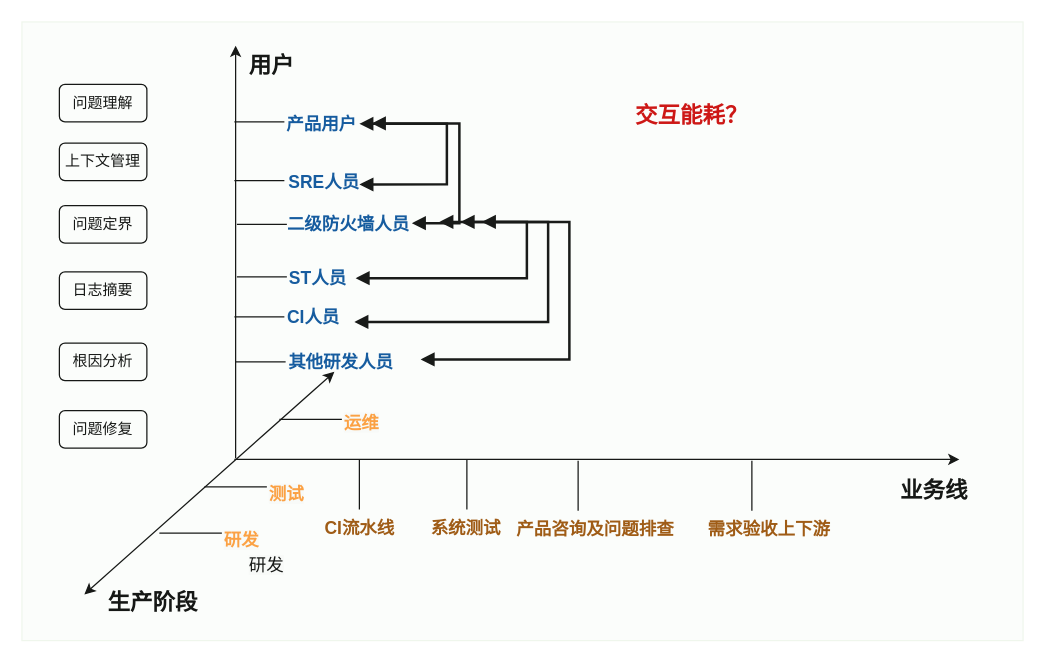
Before: page "第 2 页" (2 of 2) of AIOps.drawio in QianqianLu-Dev/Learning-Note, a draw.io diagram. Source tidied: cells renumbered, new cells numbered last; positions are measured from the earlier drawing's top-left corner, leaving out a move shared by most shapes. Both pictures are drawn from the tidied source at 125%, with x=0, y=0 at pixel (21, 21).
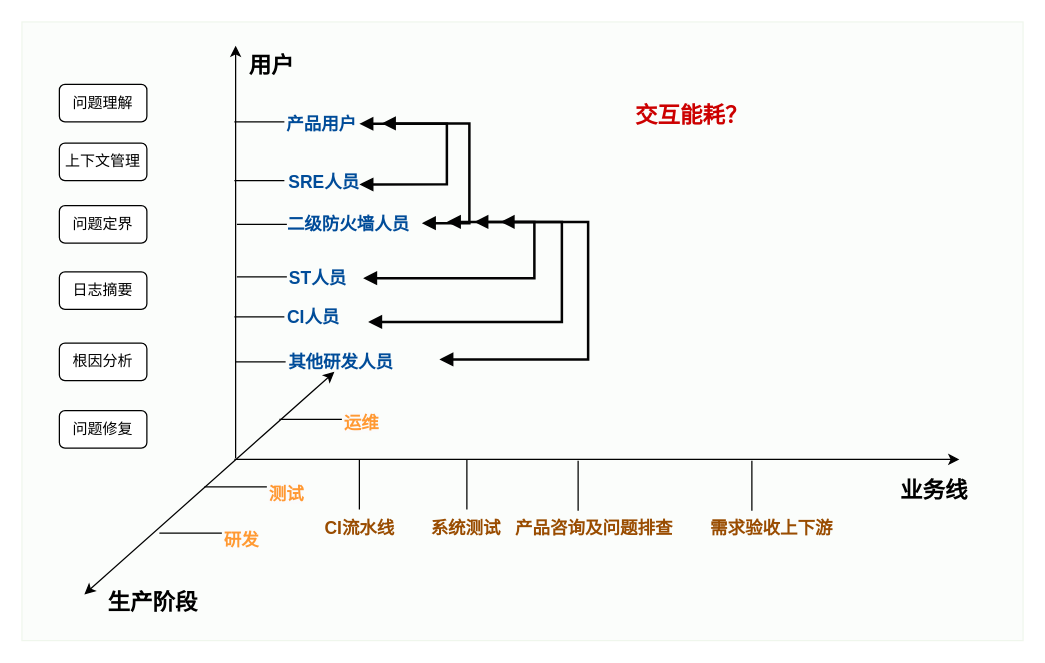
After the change.

Unchanged cells that the change refers to:
```xml
<mxCell id="12" value="ST人员" style="text;html=1;align=center;verticalAlign=middle;whiteSpace=wrap;rounded=0;fontSize=14;fontColor=#004C99;fontStyle=1;" parent="1" vertex="1">
  <mxGeometry x="207" y="190" width="60" height="30" as="geometry" />
</mxCell>
<mxCell id="33" value="其他研发人员" style="text;html=1;align=center;verticalAlign=middle;whiteSpace=wrap;rounded=0;fontSize=14;fontColor=#004C99;fontStyle=1;" parent="1" vertex="1">
  <mxGeometry x="192" y="257" width="127" height="30" as="geometry" />
</mxCell>
```

Change to the diagram source:
```diff
@@
+    <mxCell id="47" style="rounded=0;whiteSpace=wrap;html=1;textOpacity=20;opacity=10;fillColor=#d5e8d4;strokeColor=#82b366;" parent="1" vertex="1">
+      <mxGeometry width="801" height="495" as="geometry" />
+    </mxCell>
@@
     <mxCell id="23" value="产品咨询及问题排查" style="text;html=1;align=center;verticalAlign=middle;whiteSpace=wrap;rounded=0;fontSize=14;fontColor=#994C00;fontStyle=1;" parent="1" vertex="1">
-      <mxGeometry x="388" y="391" width="142" height="30" as="geometry" />
+      <mxGeometry x="387" y="390" width="142" height="30" as="geometry" />
     </mxCell>
@@
     <mxCell id="25" value="需求验收上下游" style="text;html=1;align=center;verticalAlign=middle;whiteSpace=wrap;rounded=0;fontSize=14;fontColor=#994C00;fontStyle=1;" parent="1" vertex="1">
-      <mxGeometry x="527" y="391" width="142" height="30" as="geometry" />
+      <mxGeometry x="529" y="390" width="142" height="30" as="geometry" />
     </mxCell>
@@
-    <mxCell id="32" value="&lt;span style=&quot;color: rgb(0, 0, 0); font-family: Helvetica; font-size: 14px; font-style: normal; font-variant-ligatures: normal; font-variant-caps: normal; font-weight: 400; letter-spacing: normal; orphans: 2; text-align: center; text-indent: 0px; text-transform: none; widows: 2; word-spacing: 0px; -webkit-text-stroke-width: 0px; white-space: normal; background-color: rgb(251, 251, 251); text-decoration-thickness: initial; text-decoration-style: initial; text-decoration-color: initial; float: none; display: inline !important;&quot;&gt;研发&lt;/span&gt;" style="text;whiteSpace=wrap;html=1;" parent="1" vertex="1">
-      <mxGeometry x="180" y="420" width="80" height="40" as="geometry" />
-    </mxCell>
@@
     <mxCell id="36" style="edgeStyle=orthogonalEdgeStyle;html=1;endArrow=block;elbow=vertical;startArrow=block;startFill=1;endFill=1;strokeColor=#030303;rounded=0;strokeWidth=2;" parent="1" edge="1">
       <mxGeometry relative="1" as="geometry">
-        <mxPoint x="280" y="81.2" as="sourcePoint" />
-        <mxPoint x="312" y="161" as="targetPoint" />
+        <mxPoint x="288" y="81.2" as="sourcePoint" />
+        <mxPoint x="320" y="161" as="targetPoint" />
         <Array as="points">
-          <mxPoint x="350" y="81" />
-          <mxPoint x="350" y="161" />
+          <mxPoint x="358" y="81" />
+          <mxPoint x="358" y="161" />
         </Array>
       </mxGeometry>
     </mxCell>
-    <mxCell id="37" style="edgeStyle=orthogonalEdgeStyle;html=1;endArrow=block;elbow=vertical;startArrow=block;startFill=1;endFill=1;strokeColor=#030303;rounded=0;strokeWidth=2;entryX=1;entryY=0.5;entryDx=0;entryDy=0;" parent="1" edge="1" target="12">
+    <mxCell id="37" style="edgeStyle=orthogonalEdgeStyle;html=1;endArrow=block;elbow=vertical;startArrow=block;startFill=1;endFill=1;strokeColor=#030303;rounded=0;strokeWidth=2;entryX=1;entryY=0.5;entryDx=0;entryDy=0;" parent="1" edge="1">
       <mxGeometry relative="1" as="geometry">
-        <mxPoint x="334" y="160" as="sourcePoint" />
+        <mxPoint x="340" y="160" as="sourcePoint" />
+        <mxPoint x="273" y="205" as="targetPoint" />
         <Array as="points">
-          <mxPoint x="404" y="160" />
-          <mxPoint x="404" y="205" />
+          <mxPoint x="410" y="160" />
+          <mxPoint x="410" y="205" />
         </Array>
       </mxGeometry>
     </mxCell>
     <mxCell id="38" style="edgeStyle=orthogonalEdgeStyle;html=1;endArrow=block;elbow=vertical;startArrow=block;startFill=1;endFill=1;strokeColor=#030303;rounded=0;strokeWidth=2;" parent="1" edge="1">
       <mxGeometry relative="1" as="geometry">
-        <mxPoint x="351" y="160" as="sourcePoint" />
-        <mxPoint x="266" y="240" as="targetPoint" />
+        <mxPoint x="362" y="160" as="sourcePoint" />
+        <mxPoint x="277" y="240" as="targetPoint" />
         <Array as="points">
-          <mxPoint x="421" y="160" />
-          <mxPoint x="421" y="240" />
+          <mxPoint x="432" y="160" />
+          <mxPoint x="432" y="240" />
         </Array>
       </mxGeometry>
     </mxCell>
-    <mxCell id="39" style="edgeStyle=orthogonalEdgeStyle;html=1;endArrow=block;elbow=vertical;startArrow=block;startFill=1;endFill=1;strokeColor=#030303;rounded=0;strokeWidth=2;" parent="1" edge="1" target="33">
+    <mxCell id="39" style="edgeStyle=orthogonalEdgeStyle;html=1;endArrow=block;elbow=vertical;startArrow=block;startFill=1;endFill=1;strokeColor=#030303;rounded=0;strokeWidth=2;" parent="1" edge="1">
       <mxGeometry relative="1" as="geometry">
-        <mxPoint x="368" y="160" as="sourcePoint" />
+        <mxPoint x="383" y="160" as="sourcePoint" />
+        <mxPoint x="334" y="270" as="targetPoint" />
         <Array as="points">
-          <mxPoint x="438" y="160" />
-          <mxPoint x="438" y="270" />
+          <mxPoint x="453" y="160" />
+          <mxPoint x="453" y="270" />
         </Array>
       </mxGeometry>
     </mxCell>
@@
-    <mxCell id="47" style="rounded=0;whiteSpace=wrap;html=1;textOpacity=20;opacity=10;fillColor=#d5e8d4;strokeColor=#82b366;" parent="1" vertex="1">
-      <mxGeometry width="801" height="495" as="geometry" />
-    </mxCell>
```
